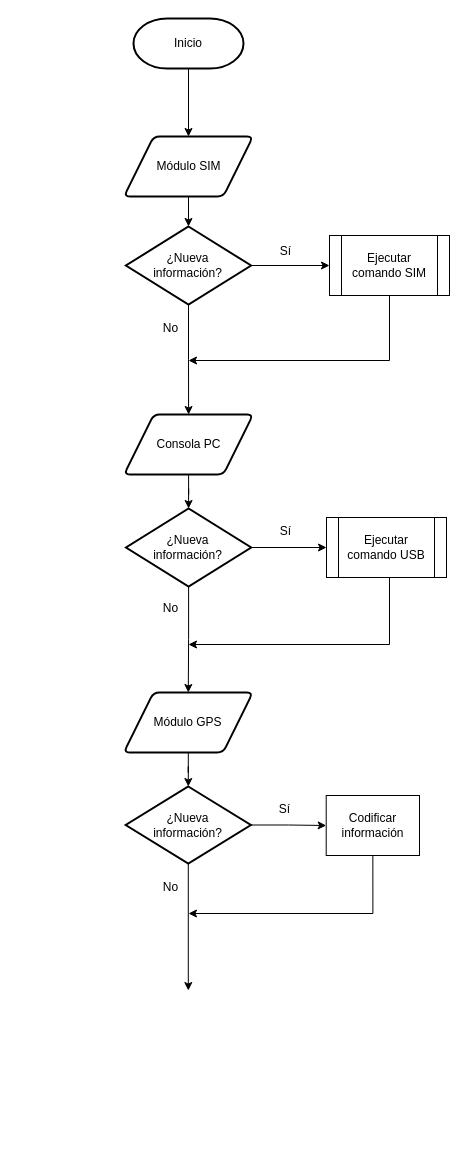
Above: page "Global" (1 of 2) of Esquemas/diag_flujo_01.drawio in EGusb/Localizador-GPS-via-SMS (draw.io), before the change. Source tidied: cells renumbered, new cells numbered last; positions are measured from the earlier drawing's top-left corner, leaving out a move shared by most shapes. Both pictures are drawn from the tidied source at 100%, with x=0, y=0 at pixel (123, 18).
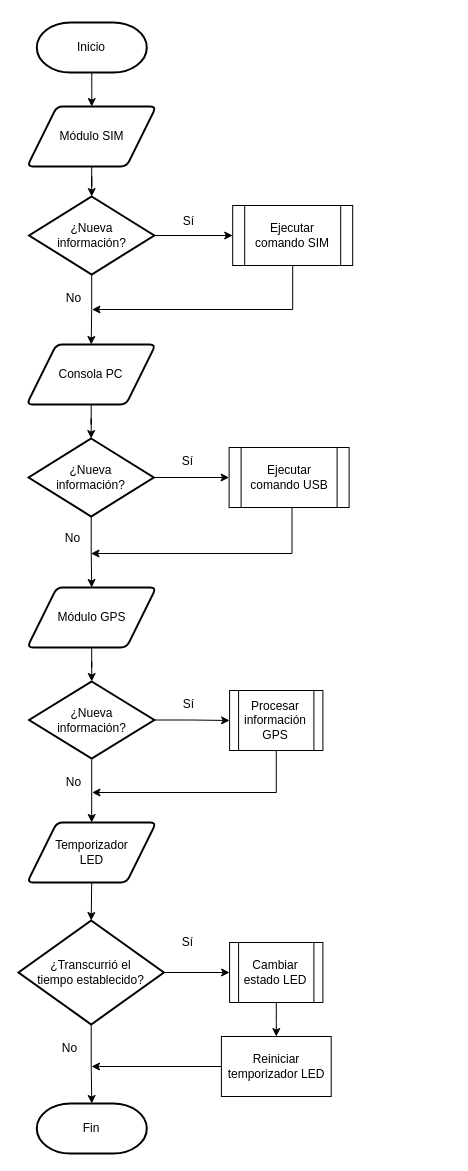
After the change.

Commit message (it also covers changes not shown here):
modifico diagramas de flujo

The edit, as a diff of the source:
```diff
@@
     <mxCell id="3" value="Inicio" style="strokeWidth=2;html=1;shape=mxgraph.flowchart.terminator;whiteSpace=wrap;" parent="1" vertex="1">
-      <mxGeometry x="10" width="110" height="50" as="geometry" />
+      <mxGeometry x="-86.7" y="4" width="110" height="50" as="geometry" />
     </mxCell>
@@
     <mxCell id="6" value="¿Nueva&lt;br&gt;información?" style="strokeWidth=2;html=1;shape=mxgraph.flowchart.decision;whiteSpace=wrap;" parent="1" vertex="1">
-      <mxGeometry x="2.4" y="208" width="125.2" height="78" as="geometry" />
+      <mxGeometry x="-94.4" y="178" width="125.2" height="78" as="geometry" />
     </mxCell>
@@
     <mxCell id="8" value="Módulo SIM" style="shape=parallelogram;html=1;strokeWidth=2;perimeter=parallelogramPerimeter;whiteSpace=wrap;rounded=1;arcSize=12;size=0.23;" parent="1" vertex="1">
-      <mxGeometry x="0.5" y="118" width="129" height="60" as="geometry" />
+      <mxGeometry x="-96.3" y="88" width="129" height="60" as="geometry" />
     </mxCell>
     <mxCell id="9" value="No" style="text;html=1;align=center;verticalAlign=middle;" parent="1" vertex="1">
-      <mxGeometry x="34" y="301" width="25" height="18" as="geometry" />
+      <mxGeometry x="-62.8" y="271" width="25" height="18" as="geometry" />
     </mxCell>
     <mxCell id="10" style="edgeStyle=orthogonalEdgeStyle;rounded=0;jettySize=auto;html=1;" parent="1" edge="1" source="11">
       <mxGeometry relative="1" as="geometry">
-        <mxPoint x="65" y="342" as="targetPoint" />
+        <mxPoint x="-31.5" y="291" as="targetPoint" />
         <Array as="points">
-          <mxPoint x="266" y="342" />
+          <mxPoint x="169.5" y="291" />
+          <mxPoint x="-31.5" y="291" />
         </Array>
       </mxGeometry>
     </mxCell>
     <mxCell id="11" value="Ejecutar comando SIM" style="shape=process;whiteSpace=wrap;html=1;backgroundOutline=1;" parent="1" vertex="1">
-      <mxGeometry x="206" y="217" width="120" height="60" as="geometry" />
+      <mxGeometry x="109.2" y="187" width="120" height="60" as="geometry" />
     </mxCell>
     <mxCell id="12" value="Sí" style="text;html=1;align=center;verticalAlign=middle;" parent="1" vertex="1">
-      <mxGeometry x="151" y="224" width="21" height="18" as="geometry" />
+      <mxGeometry x="54.2" y="194" width="21" height="18" as="geometry" />
     </mxCell>
@@
     <mxCell id="14" value="¿Nueva&lt;br&gt;información?" style="strokeWidth=2;html=1;shape=mxgraph.flowchart.decision;whiteSpace=wrap;" parent="1" vertex="1">
-      <mxGeometry x="2.5" y="490" width="125.2" height="78" as="geometry" />
+      <mxGeometry x="-94.9" y="420" width="125.2" height="78" as="geometry" />
     </mxCell>
@@
     <mxCell id="16" value="Consola PC" style="shape=parallelogram;html=1;strokeWidth=2;perimeter=parallelogramPerimeter;whiteSpace=wrap;rounded=1;arcSize=12;size=0.23;" parent="1" vertex="1">
-      <mxGeometry x="0.6" y="396" width="129" height="60" as="geometry" />
+      <mxGeometry x="-96.8" y="326" width="129" height="60" as="geometry" />
     </mxCell>
     <mxCell id="17" value="Ejecutar comando USB" style="shape=process;whiteSpace=wrap;html=1;backgroundOutline=1;" parent="1" vertex="1">
-      <mxGeometry x="203" y="499" width="120" height="60" as="geometry" />
+      <mxGeometry x="105.6" y="429" width="120" height="60" as="geometry" />
     </mxCell>
     <mxCell id="18" value="Sí" style="text;html=1;align=center;verticalAlign=middle;" parent="1" vertex="1">
-      <mxGeometry x="151" y="504" width="21" height="18" as="geometry" />
+      <mxGeometry x="53.6" y="434" width="21" height="18" as="geometry" />
     </mxCell>
@@
     <mxCell id="20" value="No" style="text;html=1;align=center;verticalAlign=middle;" parent="1" vertex="1">
-      <mxGeometry x="34" y="581" width="25" height="18" as="geometry" />
+      <mxGeometry x="-63.4" y="511" width="25" height="18" as="geometry" />
     </mxCell>
     <mxCell id="21" style="edgeStyle=orthogonalEdgeStyle;rounded=0;jettySize=auto;html=1;exitX=0.5;exitY=1;exitDx=0;exitDy=0;" parent="1" edge="1" source="17">
       <mxGeometry relative="1" as="geometry">
-        <mxPoint x="65" y="626" as="targetPoint" />
+        <mxPoint x="-32.5" y="535" as="targetPoint" />
         <Array as="points">
-          <mxPoint x="266" y="559" />
-          <mxPoint x="266" y="626" />
-          <mxPoint x="65" y="626" />
+          <mxPoint x="168.5" y="489" />
+          <mxPoint x="168.5" y="535" />
+          <mxPoint x="-32.5" y="535" />
         </Array>
       </mxGeometry>
     </mxCell>
+    <mxCell id="31" style="edgeStyle=orthogonalEdgeStyle;rounded=0;jettySize=auto;html=1;entryX=0.5;entryY=0;entryDx=0;entryDy=0;" parent="1" edge="1" source="23" target="40">
+      <mxGeometry relative="1" as="geometry" />
+    </mxCell>
-    <mxCell id="22" style="edgeStyle=orthogonalEdgeStyle;rounded=0;jettySize=auto;html=1;" parent="1" edge="1" source="23" target="26">
+    <mxCell id="22" style="edgeStyle=orthogonalEdgeStyle;rounded=0;jettySize=auto;html=1;entryX=0;entryY=0.5;entryDx=0;entryDy=0;" parent="1" edge="1" source="23" target="26">
       <mxGeometry relative="1" as="geometry" />
     </mxCell>
     <mxCell id="23" value="¿Nueva&lt;br&gt;información?" style="strokeWidth=2;html=1;shape=mxgraph.flowchart.decision;whiteSpace=wrap;" parent="1" vertex="1">
-      <mxGeometry x="2.2" y="768" width="125.2" height="77" as="geometry" />
+      <mxGeometry x="-94.4" y="663" width="125.2" height="77" as="geometry" />
     </mxCell>
@@
     <mxCell id="25" value="Módulo GPS" style="shape=parallelogram;html=1;strokeWidth=2;perimeter=parallelogramPerimeter;whiteSpace=wrap;rounded=1;arcSize=12;size=0.23;" parent="1" vertex="1">
-      <mxGeometry x="0.3" y="674" width="129" height="60" as="geometry" />
+      <mxGeometry x="-96.3" y="569" width="129" height="60" as="geometry" />
     </mxCell>
-    <mxCell id="26" value="Codificar información" style="shape=rectangle;whiteSpace=wrap;html=1;backgroundOutline=1;" parent="1" vertex="1">
-      <mxGeometry x="202.7" y="777" width="93.3" height="60" as="geometry" />
+    <mxCell id="26" value="Procesar información GPS" style="shape=process;whiteSpace=wrap;html=1;backgroundOutline=1;" parent="1" vertex="1">
+      <mxGeometry x="106.1" y="672" width="93.3" height="60" as="geometry" />
     </mxCell>
     <mxCell id="27" value="Sí" style="text;html=1;align=center;verticalAlign=middle;" parent="1" vertex="1">
-      <mxGeometry x="150.7" y="782" width="21" height="18" as="geometry" />
+      <mxGeometry x="54.1" y="677" width="21" height="18" as="geometry" />
     </mxCell>
-    <mxCell id="28" style="edgeStyle=orthogonalEdgeStyle;rounded=0;jettySize=auto;html=1;entryX=0.5;entryY=0;entryDx=0;entryDy=0;exitX=0.5;exitY=1;exitDx=0;exitDy=0;exitPerimeter=0;" parent="1" edge="1" source="23">
-      <mxGeometry relative="1" as="geometry">
-        <mxPoint x="64.8" y="972" as="targetPoint" />
-      </mxGeometry>
-    </mxCell>
     <mxCell id="29" value="No" style="text;html=1;align=center;verticalAlign=middle;" parent="1" vertex="1">
-      <mxGeometry x="34" y="860" width="25" height="18" as="geometry" />
+      <mxGeometry x="-62.6" y="755" width="25" height="18" as="geometry" />
     </mxCell>
     <mxCell id="30" style="edgeStyle=orthogonalEdgeStyle;rounded=0;jettySize=auto;html=1;exitX=0.5;exitY=1;exitDx=0;exitDy=0;" parent="1" edge="1" source="26">
       <mxGeometry relative="1" as="geometry">
-        <mxPoint x="65" y="895" as="targetPoint" />
+        <mxPoint x="-31.5" y="774" as="targetPoint" />
         <Array as="points">
-          <mxPoint x="249" y="895" />
-          <mxPoint x="65" y="895" />
+          <mxPoint x="152.5" y="774" />
+          <mxPoint x="-31.5" y="774" />
         </Array>
       </mxGeometry>
     </mxCell>
+    <mxCell id="32" value="Fin" style="strokeWidth=2;html=1;shape=mxgraph.flowchart.terminator;whiteSpace=wrap;" parent="1" vertex="1">
+      <mxGeometry x="-86.7" y="1085" width="110" height="50" as="geometry" />
+    </mxCell>
+    <mxCell id="33" style="edgeStyle=orthogonalEdgeStyle;rounded=0;jettySize=auto;html=1;" parent="1" edge="1" source="35" target="32">
+      <mxGeometry relative="1" as="geometry" />
+    </mxCell>
+    <mxCell id="34" style="edgeStyle=orthogonalEdgeStyle;rounded=0;jettySize=auto;html=1;entryX=0;entryY=0.5;entryDx=0;entryDy=0;" parent="1" edge="1" source="35" target="37">
+      <mxGeometry relative="1" as="geometry" />
+    </mxCell>
+    <mxCell id="35" value="¿Transcurrió el&lt;br&gt;tiempo establecido?" style="strokeWidth=2;html=1;shape=mxgraph.flowchart.decision;whiteSpace=wrap;" parent="1" vertex="1">
+      <mxGeometry x="-105" y="902" width="145.4" height="104" as="geometry" />
+    </mxCell>
+    <mxCell id="36" style="edgeStyle=orthogonalEdgeStyle;rounded=0;jettySize=auto;html=1;entryX=0.5;entryY=0;entryDx=0;entryDy=0;" parent="1" edge="1" source="37" target="43">
+      <mxGeometry relative="1" as="geometry" />
+    </mxCell>
+    <mxCell id="37" value="Cambiar estado LED" style="shape=process;whiteSpace=wrap;html=1;backgroundOutline=1;" parent="1" vertex="1">
+      <mxGeometry x="106.1" y="924" width="93.3" height="60" as="geometry" />
+    </mxCell>
+    <mxCell id="38" value="Sí" style="text;html=1;align=center;verticalAlign=middle;" parent="1" vertex="1">
+      <mxGeometry x="53.3" y="915" width="21" height="18" as="geometry" />
+    </mxCell>
+    <mxCell id="39" style="edgeStyle=orthogonalEdgeStyle;rounded=0;jettySize=auto;html=1;exitX=0.5;exitY=1;exitDx=0;exitDy=0;entryX=0.5;entryY=0;entryDx=0;entryDy=0;entryPerimeter=0;" parent="1" edge="1" source="40" target="35">
+      <mxGeometry relative="1" as="geometry" />
+    </mxCell>
+    <mxCell id="40" value="Temporizador&lt;br&gt;LED" style="shape=parallelogram;html=1;strokeWidth=2;perimeter=parallelogramPerimeter;whiteSpace=wrap;rounded=1;arcSize=12;size=0.23;" parent="1" vertex="1">
+      <mxGeometry x="-96.3" y="804" width="129" height="60" as="geometry" />
+    </mxCell>
+    <mxCell id="41" value="No" style="text;html=1;align=center;verticalAlign=middle;" parent="1" vertex="1">
+      <mxGeometry x="-67" y="1021" width="25" height="18" as="geometry" />
+    </mxCell>
+    <mxCell id="42" style="edgeStyle=orthogonalEdgeStyle;rounded=0;jettySize=auto;html=1;exitX=0;exitY=0.5;exitDx=0;exitDy=0;" parent="1" edge="1" source="43">
+      <mxGeometry relative="1" as="geometry">
+        <mxPoint x="-32" y="1048" as="targetPoint" />
+      </mxGeometry>
+    </mxCell>
+    <mxCell id="43" value="Reiniciar temporizador LED" style="rounded=0;whiteSpace=wrap;html=1;" parent="1" vertex="1">
+      <mxGeometry x="97.9" y="1018" width="109.8" height="60" as="geometry" />
+    </mxCell>
```
